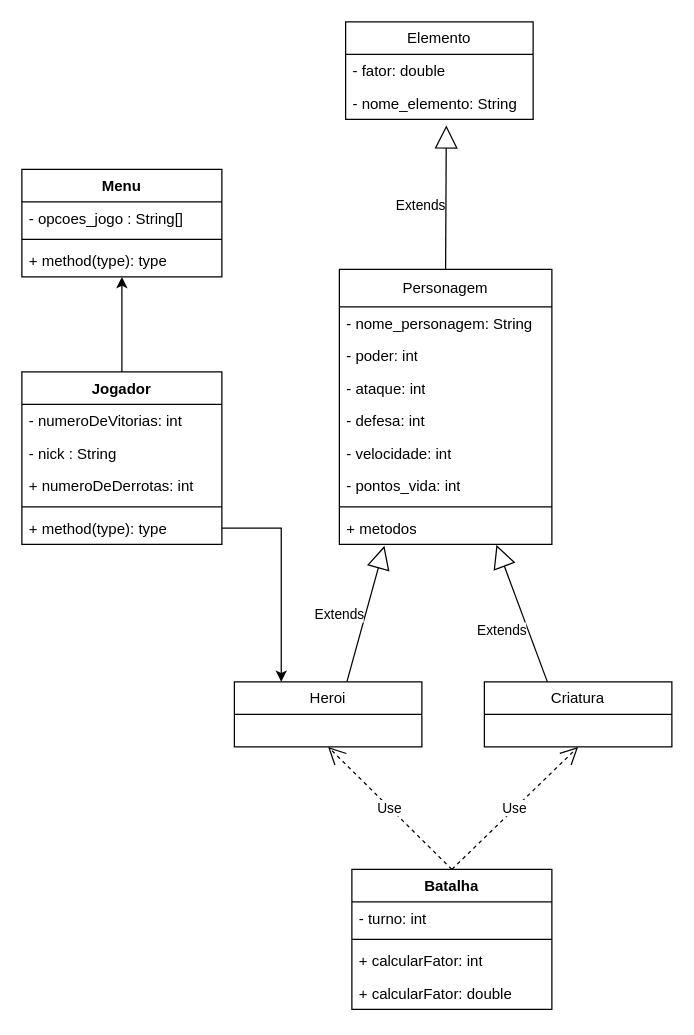
Earlier version of the draw.io diagram page "Global" (1 of 8) of Diagramas/elementoops.drawio.xml (christianlsb/ElementOOPs). Source tidied: cells renumbered, new cells numbered last; positions are measured from the earlier drawing's top-left corner, leaving out a move shared by most shapes. Both pictures are drawn from the tidied source at 125%, with x=0, y=0 at pixel (21, 21).
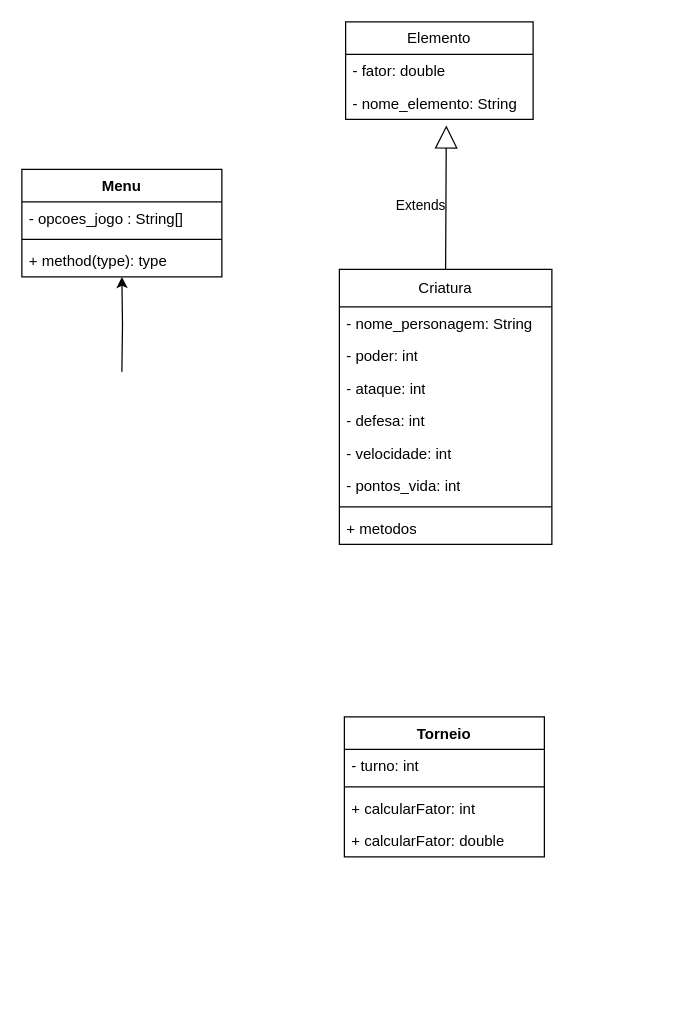
The same diagram, later.

Commit message (it also covers changes not shown here):
Developing Classes Criatura and Elemento

The change refers to these unchanged cells:
```xml
<mxCell id="2" value="Menu" style="swimlane;fontStyle=1;align=center;verticalAlign=top;horizontal=1;startSize=26;whiteSpace=wrap;html=1;" parent="1" vertex="1">
  <mxGeometry y="118" width="160" height="86" as="geometry" />
</mxCell>
<mxCell id="14" value="+ metodos" style="text;strokeColor=none;fillColor=none;align=left;verticalAlign=top;spacingLeft=4;spacingRight=4;overflow=hidden;points=[[0,0.5],[1,0.5]];portConstraint=eastwest;whiteSpace=wrap;html=1;" parent="6" vertex="1">
  <mxGeometry y="194" width="170" height="26" as="geometry" />
</mxCell>
```

What changed in the source:
```diff
@@
-    <mxCell id="6" value="Personagem" style="swimlane;fontStyle=0;horizontal=1;startSize=30;fillColor=none;whiteSpace=wrap;html=1;" parent="1" vertex="1">
+    <mxCell id="6" value="Criatura" style="swimlane;fontStyle=0;horizontal=1;startSize=30;fillColor=none;whiteSpace=wrap;html=1;" parent="1" vertex="1">
       <mxGeometry x="254" y="198" width="170" height="220" as="geometry" />
     </mxCell>
@@
-    <mxCell id="15" value="Criatura" style="swimlane;fontStyle=0;horizontal=1;startSize=26;fillColor=none;whiteSpace=wrap;html=1;" parent="1" vertex="1">
-      <mxGeometry x="370" y="528" width="150" height="52" as="geometry" />
-    </mxCell>
-    <mxCell id="16" value="Heroi" style="swimlane;fontStyle=0;horizontal=1;startSize=26;fillColor=none;whiteSpace=wrap;html=1;" parent="1" vertex="1">
-      <mxGeometry x="170" y="528" width="150" height="52" as="geometry" />
-    </mxCell>
@@
-    <mxCell id="20" value="Batalha" style="swimlane;fontStyle=1;align=center;verticalAlign=top;horizontal=1;startSize=26;whiteSpace=wrap;html=1;" parent="1" vertex="1">
-      <mxGeometry x="264" y="678" width="160" height="112" as="geometry" />
+    <mxCell id="20" value="Torneio" style="swimlane;fontStyle=1;align=center;verticalAlign=top;horizontal=1;startSize=26;whiteSpace=wrap;html=1;" parent="1" vertex="1">
+      <mxGeometry x="258" y="556" width="160" height="112" as="geometry" />
     </mxCell>
@@
-    <mxCell id="26" value="Extends" style="endArrow=block;endSize=16;endFill=0;html=1;rounded=0;entryX=0.212;entryY=1.046;entryDx=0;entryDy=0;entryPerimeter=0;exitX=0.452;exitY=0.002;exitDx=0;exitDy=0;exitPerimeter=0;" parent="1" edge="1" target="14">
-      <mxGeometry x="-0.12" y="20" relative="1" as="geometry">
-        <mxPoint x="260" y="528" as="sourcePoint" />
-      </mxGeometry>
-    </mxCell>
-    <mxCell id="27" value="Extends" style="endArrow=block;endSize=16;endFill=0;html=1;rounded=0;entryX=0.739;entryY=1.015;entryDx=0;entryDy=0;entryPerimeter=0;exitX=0.336;exitY=0;exitDx=0;exitDy=0;exitPerimeter=0;" parent="1" edge="1" source="15" target="14">
-      <mxGeometry x="-0.12" y="20" relative="1" as="geometry" />
-    </mxCell>
-    <mxCell id="28" value="Use" style="endArrow=open;endSize=12;dashed=1;html=1;rounded=0;entryX=0.5;entryY=1;entryDx=0;entryDy=0;exitX=0.5;exitY=0;exitDx=0;exitDy=0;" parent="1" edge="1" source="20" target="15">
-      <mxGeometry relative="1" as="geometry" />
-    </mxCell>
-    <mxCell id="29" value="Use" style="endArrow=open;endSize=12;dashed=1;html=1;rounded=0;entryX=0.5;entryY=1;entryDx=0;entryDy=0;exitX=0.5;exitY=0;exitDx=0;exitDy=0;" parent="1" edge="1" source="20" target="16">
-      <mxGeometry relative="1" as="geometry" />
-    </mxCell>
-    <mxCell id="30" style="edgeStyle=orthogonalEdgeStyle;rounded=0;jettySize=auto;html=1;entryX=0.5;entryY=1;entryDx=0;entryDy=0;" parent="1" edge="1" source="31" target="2">
-      <mxGeometry relative="1" as="geometry" />
+    <mxCell id="30" style="edgeStyle=orthogonalEdgeStyle;rounded=0;jettySize=auto;html=1;entryX=0.5;entryY=1;entryDx=0;entryDy=0;" parent="1" edge="1" target="2">
+      <mxGeometry relative="1" as="geometry">
+        <mxPoint x="80" y="280" as="sourcePoint" />
+      </mxGeometry>
     </mxCell>
-    <mxCell id="31" value="Jogador" style="swimlane;fontStyle=1;align=center;verticalAlign=top;horizontal=1;startSize=26;whiteSpace=wrap;html=1;" parent="1" vertex="1">
-      <mxGeometry y="280" width="160" height="138" as="geometry" />
-    </mxCell>
-    <mxCell id="32" value="- numeroDeVitorias: int" style="text;strokeColor=none;fillColor=none;align=left;verticalAlign=top;spacingLeft=4;spacingRight=4;overflow=hidden;whiteSpace=wrap;html=1;" parent="31" vertex="1">
-      <mxGeometry y="26" width="160" height="26" as="geometry" />
-    </mxCell>
-    <mxCell id="33" value="- nick : String" style="text;strokeColor=none;fillColor=none;align=left;verticalAlign=top;spacingLeft=4;spacingRight=4;overflow=hidden;whiteSpace=wrap;html=1;" parent="31" vertex="1">
-      <mxGeometry y="52" width="160" height="26" as="geometry" />
-    </mxCell>
-    <mxCell id="34" value="+ numeroDeDerrotas: int" style="text;strokeColor=none;fillColor=none;align=left;verticalAlign=top;spacingLeft=4;spacingRight=4;overflow=hidden;whiteSpace=wrap;html=1;" parent="31" vertex="1">
-      <mxGeometry y="78" width="160" height="26" as="geometry" />
-    </mxCell>
-    <mxCell id="35" style="line;strokeWidth=1;fillColor=none;align=left;verticalAlign=middle;spacingTop=-1;spacingLeft=3;spacingRight=3;labelPosition=right;strokeColor=inherit;" parent="31" vertex="1">
-      <mxGeometry y="104" width="160" height="8" as="geometry" />
-    </mxCell>
-    <mxCell id="36" value="+ method(type): type" style="text;strokeColor=none;fillColor=none;align=left;verticalAlign=top;spacingLeft=4;spacingRight=4;overflow=hidden;points=[[0,0.5],[1,0.5]];portConstraint=eastwest;whiteSpace=wrap;html=1;" parent="31" vertex="1">
-      <mxGeometry y="112" width="160" height="26" as="geometry" />
-    </mxCell>
-    <mxCell id="37" style="edgeStyle=orthogonalEdgeStyle;rounded=0;jettySize=auto;html=1;entryX=0.25;entryY=0;entryDx=0;entryDy=0;" parent="1" edge="1" source="36" target="16">
-      <mxGeometry relative="1" as="geometry" />
-    </mxCell>
```
